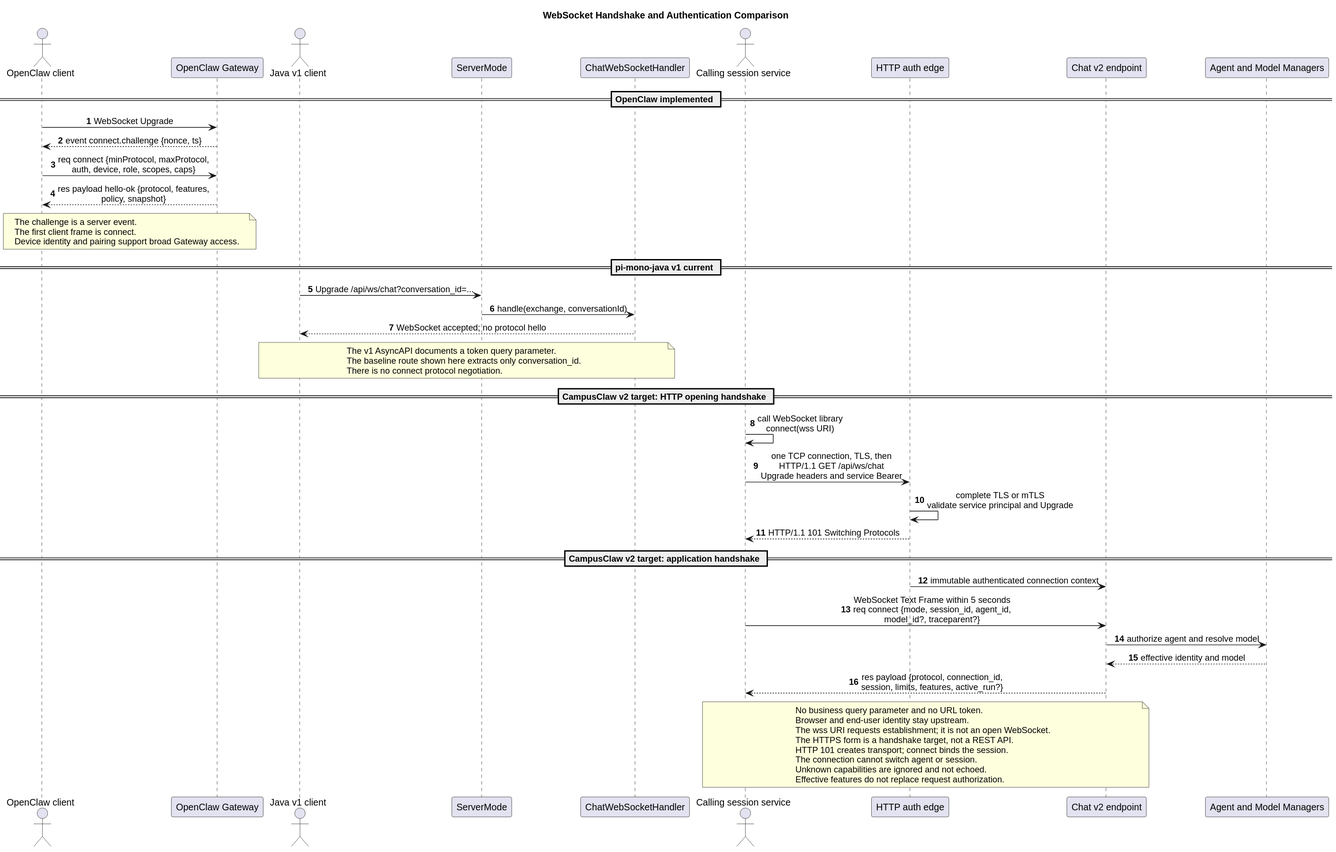
superheromeZzh/pi-mono-java-design keeps this PlantUML diagram as openclaw-campusclaw-websocket-comparison/websocket_handshake_comparison.svg. Above is the earlier version.
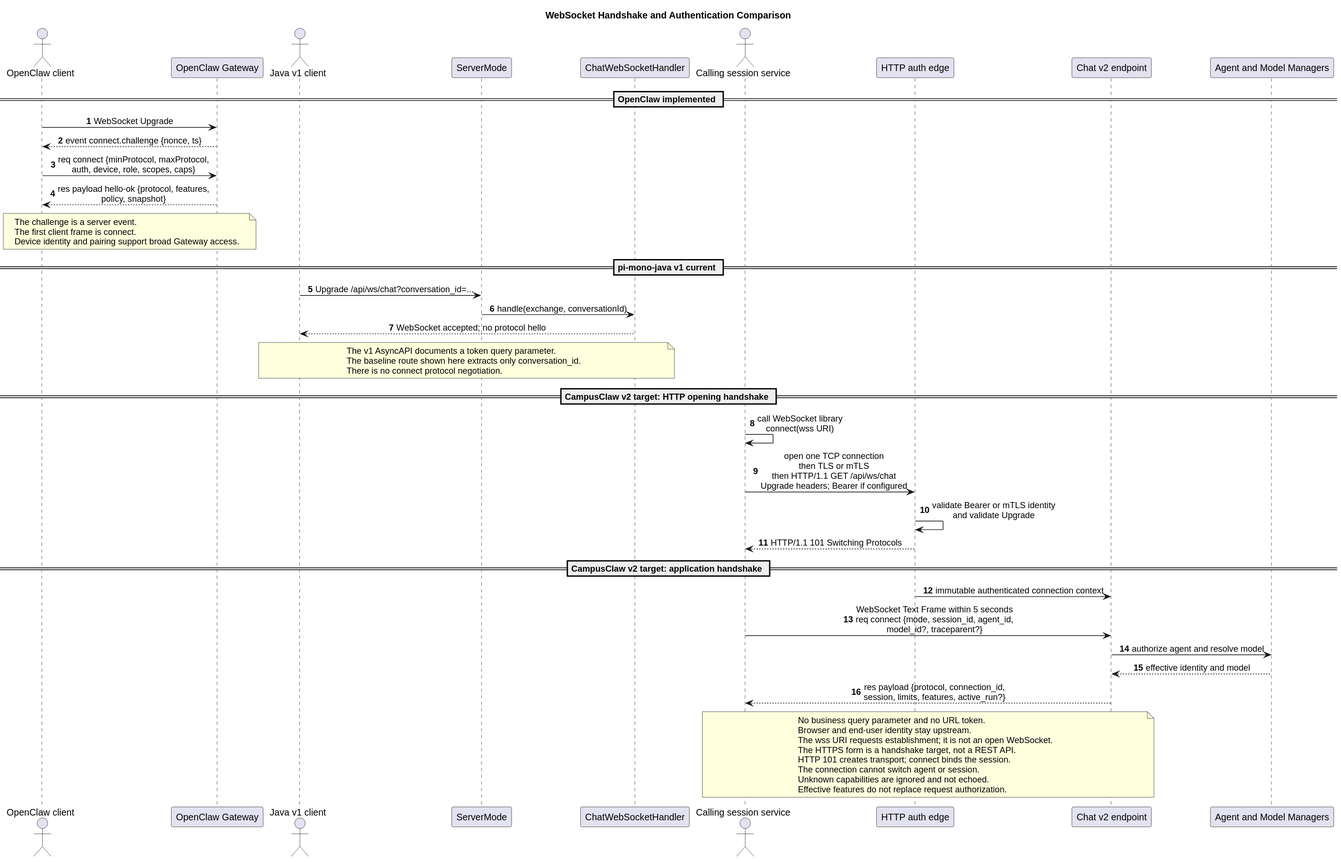
The same file after the commit.

The edit, as a diff of the source:
```diff
@@ -41,8 +41,8 @@
 
 == CampusClaw v2 target: HTTP opening handshake ==
 CC -> CC : call WebSocket library\nconnect(wss URI)
-CC -> EDGE : one TCP connection, TLS, then\nHTTP/1.1 GET /api/ws/chat\nUpgrade headers and service Bearer
-EDGE -> EDGE : complete TLS or mTLS\nvalidate service principal and Upgrade
+CC -> EDGE : open one TCP connection\nthen TLS or mTLS\nthen HTTP/1.1 GET /api/ws/chat\nUpgrade headers; Bearer if configured
+EDGE -> EDGE : validate Bearer or mTLS identity\nand validate Upgrade
 EDGE --> CC : HTTP/1.1 101 Switching Protocols
 
 == CampusClaw v2 target: application handshake ==
```
